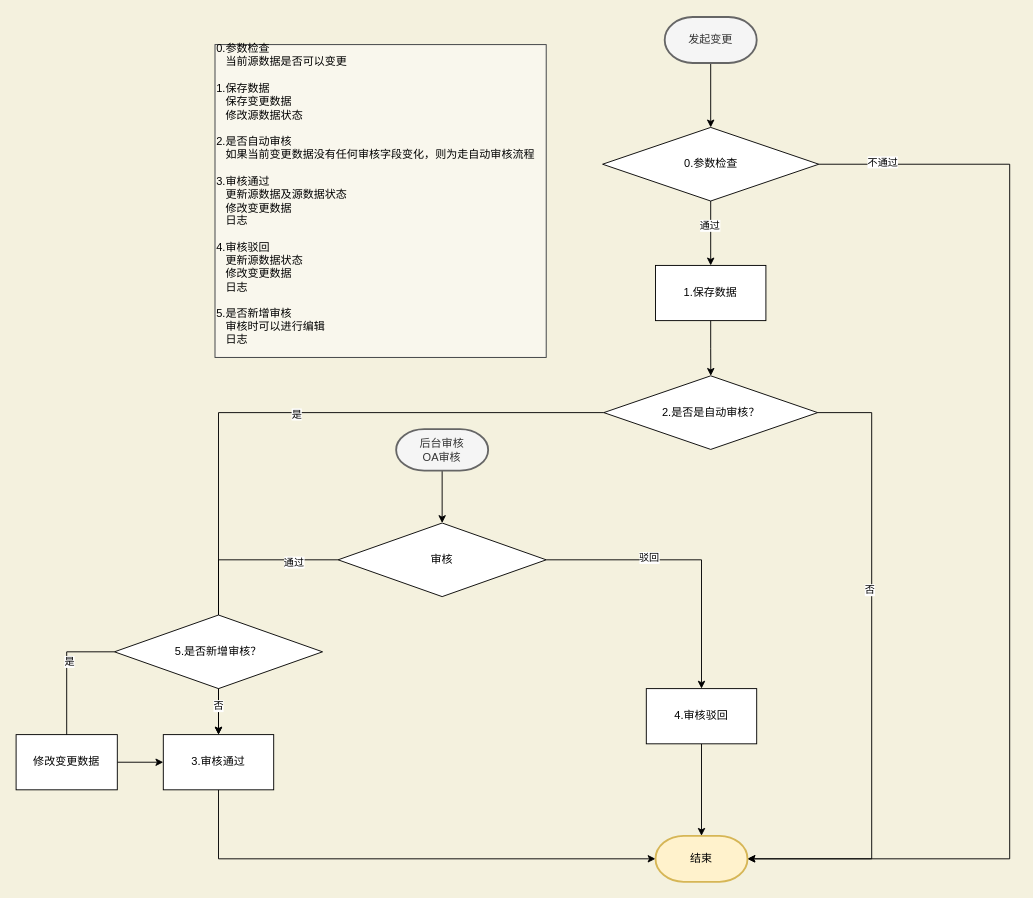
This is Untitled Diagram.drawio from yinyansheng/learngit, a draw.io file, before an edit. Source tidied: cells renumbered, new cells numbered last; positions are measured from the earlier drawing's top-left corner, leaving out a move shared by most shapes. Both pictures are drawn from the tidied source at 92%, with x=0, y=0 at pixel (16, 17).
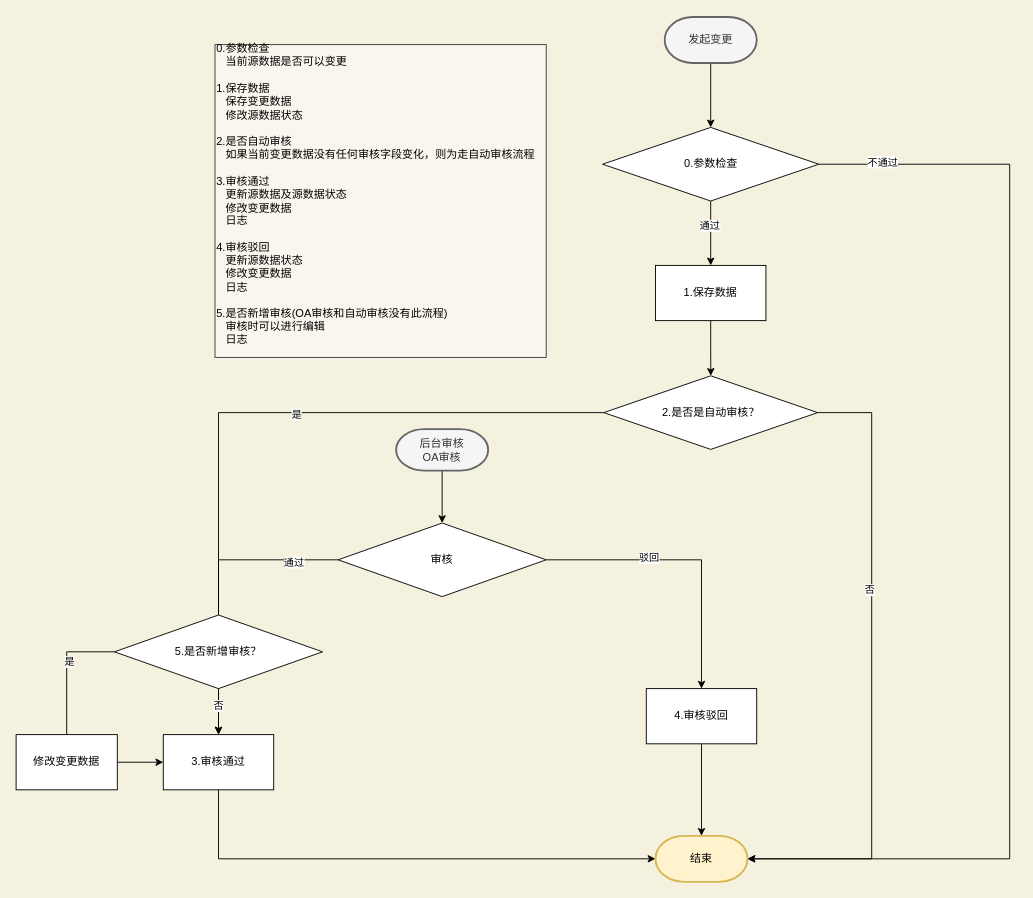
After the change.

What changed in the source:
```diff
@@
-    <mxCell id="35" value="&lt;div&gt;0.参数检查&lt;/div&gt;&lt;div&gt;&lt;span&gt;&lt;/span&gt;&amp;nbsp; &amp;nbsp;当前源数据是否可以变更&lt;/div&gt;&lt;div&gt;&lt;br&gt;&lt;/div&gt;&lt;div&gt;1.保存数据&amp;nbsp;&lt;/div&gt;&lt;div&gt;&lt;span&gt;&lt;/span&gt;&amp;nbsp; &amp;nbsp;保存变更数据&lt;/div&gt;&lt;div&gt;&lt;span&gt;&lt;/span&gt;&amp;nbsp; &amp;nbsp;修改源数据状态&lt;/div&gt;&lt;div&gt;&lt;br&gt;&lt;/div&gt;&lt;div&gt;2.是否自动审核&lt;/div&gt;&lt;div&gt;&lt;span&gt;&lt;/span&gt;&amp;nbsp; &amp;nbsp;如果当前变更数据没有任何审核字段变化，则为走自动审核流程&lt;/div&gt;&lt;div&gt;&lt;span&gt; &lt;/span&gt;&lt;/div&gt;&lt;div&gt;&lt;br&gt;&lt;/div&gt;&lt;div&gt;3.审核通过&lt;/div&gt;&lt;div&gt;&lt;span&gt;&lt;/span&gt;&amp;nbsp; &amp;nbsp;更新源数据及源数据状态&lt;/div&gt;&lt;div&gt;&lt;span&gt;&lt;/span&gt;&amp;nbsp; &amp;nbsp;修改变更数据&lt;/div&gt;&lt;div&gt;&lt;span&gt;&lt;/span&gt;&amp;nbsp; &amp;nbsp;日志&lt;/div&gt;&lt;div&gt;&lt;br&gt;&lt;/div&gt;&lt;div&gt;4.审核驳回&amp;nbsp;&lt;/div&gt;&lt;div&gt;&lt;span&gt;&lt;/span&gt;&amp;nbsp; &amp;nbsp;更新源数据状态&lt;/div&gt;&lt;div&gt;&lt;span&gt;&lt;/span&gt;&amp;nbsp; &amp;nbsp;修改变更数据&lt;/div&gt;&lt;div&gt;&lt;span&gt;&lt;/span&gt;&amp;nbsp; &amp;nbsp;日志&lt;/div&gt;&lt;div&gt;&lt;br&gt;&lt;/div&gt;&lt;div&gt;5.是否新增审核&lt;/div&gt;&lt;div&gt;&lt;span&gt;&lt;/span&gt;&amp;nbsp; &amp;nbsp;审核时可以进行编辑&lt;/div&gt;&lt;div&gt;&amp;nbsp; &amp;nbsp;日志&lt;/div&gt;&lt;div&gt;&lt;br&gt;&lt;/div&gt;" style="text;html=1;align=left;verticalAlign=middle;strokeColor=#36393d;fillColor=#f9f7ed;" parent="1" vertex="1">
+    <mxCell id="35" value="&lt;div&gt;0.参数检查&lt;/div&gt;&lt;div&gt;&lt;span&gt;&lt;/span&gt;&amp;nbsp; &amp;nbsp;当前源数据是否可以变更&lt;/div&gt;&lt;div&gt;&lt;br&gt;&lt;/div&gt;&lt;div&gt;1.保存数据&amp;nbsp;&lt;/div&gt;&lt;div&gt;&lt;span&gt;&lt;/span&gt;&amp;nbsp; &amp;nbsp;保存变更数据&lt;/div&gt;&lt;div&gt;&lt;span&gt;&lt;/span&gt;&amp;nbsp; &amp;nbsp;修改源数据状态&lt;/div&gt;&lt;div&gt;&lt;br&gt;&lt;/div&gt;&lt;div&gt;2.是否自动审核&lt;/div&gt;&lt;div&gt;&lt;span&gt;&lt;/span&gt;&amp;nbsp; &amp;nbsp;如果当前变更数据没有任何审核字段变化，则为走自动审核流程&lt;/div&gt;&lt;div&gt;&lt;span&gt; &lt;/span&gt;&lt;/div&gt;&lt;div&gt;&lt;br&gt;&lt;/div&gt;&lt;div&gt;3.审核通过&lt;/div&gt;&lt;div&gt;&lt;span&gt;&lt;/span&gt;&amp;nbsp; &amp;nbsp;更新源数据及源数据状态&lt;/div&gt;&lt;div&gt;&lt;span&gt;&lt;/span&gt;&amp;nbsp; &amp;nbsp;修改变更数据&lt;/div&gt;&lt;div&gt;&lt;span&gt;&lt;/span&gt;&amp;nbsp; &amp;nbsp;日志&lt;/div&gt;&lt;div&gt;&lt;br&gt;&lt;/div&gt;&lt;div&gt;4.审核驳回&amp;nbsp;&lt;/div&gt;&lt;div&gt;&lt;span&gt;&lt;/span&gt;&amp;nbsp; &amp;nbsp;更新源数据状态&lt;/div&gt;&lt;div&gt;&lt;span&gt;&lt;/span&gt;&amp;nbsp; &amp;nbsp;修改变更数据&lt;/div&gt;&lt;div&gt;&lt;span&gt;&lt;/span&gt;&amp;nbsp; &amp;nbsp;日志&lt;/div&gt;&lt;div&gt;&lt;br&gt;&lt;/div&gt;&lt;div&gt;5.是否新增审核(OA审核和自动审核没有此流程)&lt;/div&gt;&lt;div&gt;&lt;span&gt;&lt;/span&gt;&amp;nbsp; &amp;nbsp;审核时可以进行编辑&lt;/div&gt;&lt;div&gt;&amp;nbsp; &amp;nbsp;日志&lt;/div&gt;&lt;div&gt;&lt;br&gt;&lt;/div&gt;" style="text;html=1;align=left;verticalAlign=middle;strokeColor=#36393d;fillColor=#f9f7ed;" parent="1" vertex="1">
       <mxGeometry x="216.2" y="30" width="360" height="340" as="geometry" />
     </mxCell>
```
